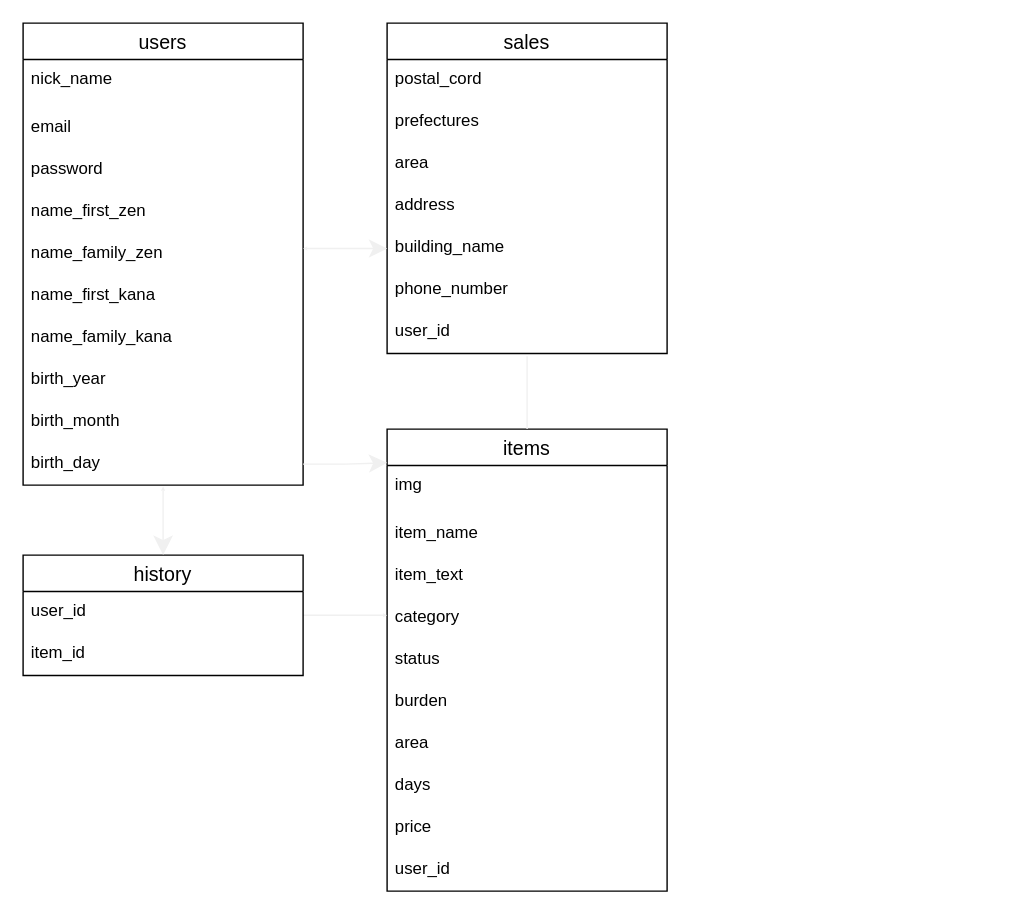
aokinorifumi/furima-34849 keeps this draw.io diagram as db.dio. Above is the earlier version. Source tidied: cells renumbered, new cells numbered last; positions are measured from the earlier drawing's top-left corner, leaving out a move shared by most shapes. Both pictures are drawn from the tidied source at 140%, with x=0, y=0 at pixel (22, 22).
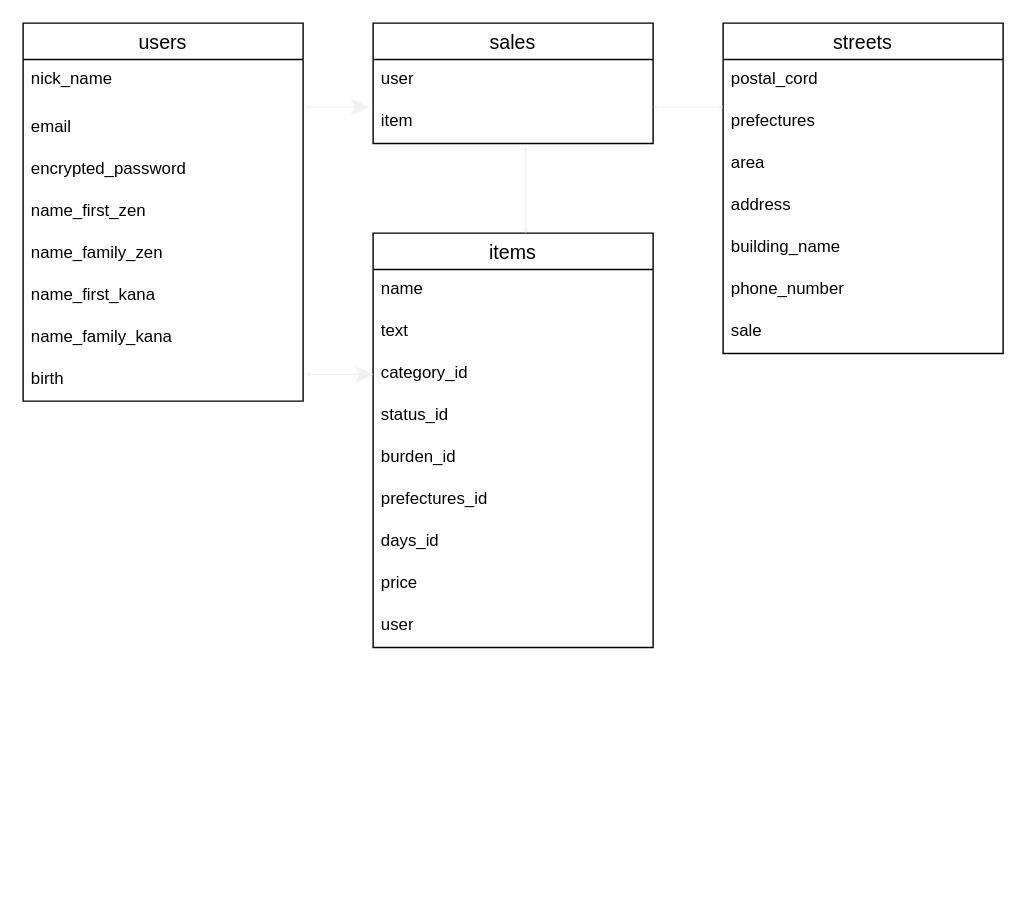
The same diagram, later.

Commit message (it also covers changes not shown here):
データベース設計3

The change refers to these unchanged cells:
```xml
<mxCell id="4" value="email" style="text;strokeColor=none;fillColor=none;spacingLeft=4;spacingRight=4;overflow=hidden;points=[[0,0.5],[1,0.5]];portConstraint=eastwest;fontSize=12;" parent="2" vertex="1">
  <mxGeometry y="60" width="200" height="30" as="geometry" />
</mxCell>
<mxCell id="16" value="prefectures" style="text;strokeColor=none;fillColor=none;spacingLeft=4;spacingRight=4;overflow=hidden;points=[[0,0.5],[1,0.5]];portConstraint=eastwest;fontSize=12;" parent="14" vertex="1">
  <mxGeometry y="56" width="200" height="30" as="geometry" />
</mxCell>
<mxCell id="19" value="building_name" style="text;strokeColor=none;fillColor=none;spacingLeft=4;spacingRight=4;overflow=hidden;points=[[0,0.5],[1,0.5]];portConstraint=eastwest;fontSize=12;" parent="14" vertex="1">
  <mxGeometry y="146" width="200" height="30" as="geometry" />
</mxCell>
```

What changed in the source:
```diff
@@
     <mxCell id="2" value="users" style="swimlane;fontStyle=0;horizontal=1;startSize=26;align=center;fontSize=14;" parent="1" vertex="1">
-      <mxGeometry width="200" height="330" as="geometry" />
+      <mxGeometry width="200" height="270" as="geometry" />
     </mxCell>
@@
-    <mxCell id="5" value="password" style="text;strokeColor=none;fillColor=none;spacingLeft=4;spacingRight=4;overflow=hidden;fontSize=12;" parent="2" vertex="1">
+    <mxCell id="5" value="encrypted_password" style="text;strokeColor=none;fillColor=none;spacingLeft=4;spacingRight=4;overflow=hidden;fontSize=12;" parent="2" vertex="1">
       <mxGeometry y="90" width="200" height="30" as="geometry" />
     </mxCell>
@@
-    <mxCell id="10" value="birth_year" style="text;strokeColor=none;fillColor=none;spacingLeft=4;spacingRight=4;overflow=hidden;fontSize=12;" parent="2" vertex="1">
+    <mxCell id="10" value="birth" style="text;strokeColor=none;fillColor=none;spacingLeft=4;spacingRight=4;overflow=hidden;fontSize=12;" parent="2" vertex="1">
       <mxGeometry y="240" width="200" height="30" as="geometry" />
     </mxCell>
-    <mxCell id="11" value="birth_month" style="text;strokeColor=none;fillColor=none;spacingLeft=4;spacingRight=4;overflow=hidden;fontSize=12;" parent="2" vertex="1">
-      <mxGeometry y="270" width="200" height="30" as="geometry" />
-    </mxCell>
-    <mxCell id="12" value="birth_day" style="text;strokeColor=none;fillColor=none;spacingLeft=4;spacingRight=4;overflow=hidden;points=[[0,0.5],[1,0.5]];portConstraint=eastwest;fontSize=12;" parent="2" vertex="1">
-      <mxGeometry y="300" width="200" height="30" as="geometry" />
-    </mxCell>
@@
-    <mxCell id="14" value="sales" style="swimlane;fontStyle=0;horizontal=1;startSize=26;align=center;fontSize=14;" parent="1" vertex="1">
-      <mxGeometry x="260" width="200" height="236" as="geometry" />
+    <mxCell id="14" value="streets" style="swimlane;fontStyle=0;horizontal=1;startSize=26;align=center;fontSize=14;" parent="1" vertex="1">
+      <mxGeometry x="500" width="200" height="236" as="geometry" />
     </mxCell>
@@
-    <mxCell id="21" value="user_id" style="text;strokeColor=none;fillColor=none;spacingLeft=4;spacingRight=4;overflow=hidden;points=[[0,0.5],[1,0.5]];portConstraint=eastwest;fontSize=12;" parent="14" vertex="1">
+    <mxCell id="21" value="sale" style="text;strokeColor=none;fillColor=none;spacingLeft=4;spacingRight=4;overflow=hidden;points=[[0,0.5],[1,0.5]];portConstraint=eastwest;fontSize=12;" parent="14" vertex="1">
       <mxGeometry y="206" width="200" height="30" as="geometry" />
     </mxCell>
     <mxCell id="22" value="items" style="swimlane;fontStyle=0;horizontal=1;startSize=26;align=center;fontSize=14;" parent="1" vertex="1">
-      <mxGeometry x="260" y="290" width="200" height="330" as="geometry" />
+      <mxGeometry x="250" y="150" width="200" height="296" as="geometry" />
     </mxCell>
-    <mxCell id="23" value="img" style="text;strokeColor=none;fillColor=none;spacingLeft=4;spacingRight=4;overflow=hidden;fontSize=12;" parent="22" vertex="1">
-      <mxGeometry y="26" width="200" height="34" as="geometry" />
-    </mxCell>
-    <mxCell id="24" value="item_name" style="text;strokeColor=none;fillColor=none;spacingLeft=4;spacingRight=4;overflow=hidden;fontSize=12;" parent="22" vertex="1">
-      <mxGeometry y="60" width="200" height="30" as="geometry" />
+    <mxCell id="24" value="name" style="text;strokeColor=none;fillColor=none;spacingLeft=4;spacingRight=4;overflow=hidden;fontSize=12;" parent="22" vertex="1">
+      <mxGeometry y="26" width="200" height="30" as="geometry" />
     </mxCell>
-    <mxCell id="25" value="item_text" style="text;strokeColor=none;fillColor=none;spacingLeft=4;spacingRight=4;overflow=hidden;fontSize=12;" parent="22" vertex="1">
-      <mxGeometry y="90" width="200" height="30" as="geometry" />
+    <mxCell id="25" value="text" style="text;strokeColor=none;fillColor=none;spacingLeft=4;spacingRight=4;overflow=hidden;fontSize=12;" parent="22" vertex="1">
+      <mxGeometry y="56" width="200" height="30" as="geometry" />
     </mxCell>
-    <mxCell id="26" value="category" style="text;fillColor=none;spacingLeft=4;spacingRight=4;overflow=hidden;points=[[0,0.5],[1,0.5]];portConstraint=eastwest;fontSize=12;" parent="22" vertex="1">
-      <mxGeometry y="120" width="200" height="30" as="geometry" />
+    <mxCell id="26" value="category_id" style="text;fillColor=none;spacingLeft=4;spacingRight=4;overflow=hidden;points=[[0,0.5],[1,0.5]];portConstraint=eastwest;fontSize=12;" parent="22" vertex="1">
+      <mxGeometry y="86" width="200" height="30" as="geometry" />
     </mxCell>
-    <mxCell id="27" value="status" style="text;strokeColor=none;fillColor=none;spacingLeft=4;spacingRight=4;overflow=hidden;fontSize=12;" parent="22" vertex="1">
-      <mxGeometry y="150" width="200" height="30" as="geometry" />
+    <mxCell id="27" value="status_id" style="text;strokeColor=none;fillColor=none;spacingLeft=4;spacingRight=4;overflow=hidden;fontSize=12;" parent="22" vertex="1">
+      <mxGeometry y="116" width="200" height="30" as="geometry" />
     </mxCell>
-    <mxCell id="28" value="burden" style="text;strokeColor=none;fillColor=none;spacingLeft=4;spacingRight=4;overflow=hidden;fontSize=12;" parent="22" vertex="1">
-      <mxGeometry y="180" width="200" height="30" as="geometry" />
+    <mxCell id="28" value="burden_id" style="text;strokeColor=none;fillColor=none;spacingLeft=4;spacingRight=4;overflow=hidden;fontSize=12;" parent="22" vertex="1">
+      <mxGeometry y="146" width="200" height="30" as="geometry" />
     </mxCell>
-    <mxCell id="29" value="area" style="text;strokeColor=none;fillColor=none;spacingLeft=4;spacingRight=4;overflow=hidden;fontSize=12;" parent="22" vertex="1">
-      <mxGeometry y="210" width="200" height="30" as="geometry" />
+    <mxCell id="29" value="prefectures_id" style="text;strokeColor=none;fillColor=none;spacingLeft=4;spacingRight=4;overflow=hidden;fontSize=12;" parent="22" vertex="1">
+      <mxGeometry y="176" width="200" height="30" as="geometry" />
     </mxCell>
-    <mxCell id="30" value="days" style="text;strokeColor=none;fillColor=none;spacingLeft=4;spacingRight=4;overflow=hidden;fontSize=12;" parent="22" vertex="1">
-      <mxGeometry y="240" width="200" height="30" as="geometry" />
+    <mxCell id="30" value="days_id" style="text;strokeColor=none;fillColor=none;spacingLeft=4;spacingRight=4;overflow=hidden;fontSize=12;" parent="22" vertex="1">
+      <mxGeometry y="206" width="200" height="30" as="geometry" />
     </mxCell>
     <mxCell id="31" value="price" style="text;strokeColor=none;fillColor=none;spacingLeft=4;spacingRight=4;overflow=hidden;fontSize=12;" parent="22" vertex="1">
-      <mxGeometry y="270" width="200" height="30" as="geometry" />
+      <mxGeometry y="236" width="200" height="30" as="geometry" />
     </mxCell>
-    <mxCell id="32" value="user_id" style="text;strokeColor=none;fillColor=none;spacingLeft=4;spacingRight=4;overflow=hidden;fontSize=12;" parent="22" vertex="1">
-      <mxGeometry y="300" width="200" height="30" as="geometry" />
+    <mxCell id="32" value="user" style="text;strokeColor=none;fillColor=none;spacingLeft=4;spacingRight=4;overflow=hidden;fontSize=12;" parent="22" vertex="1">
+      <mxGeometry y="266" width="200" height="30" as="geometry" />
     </mxCell>
-    <mxCell id="33" style="edgeStyle=orthogonalEdgeStyle;rounded=0;jettySize=auto;html=1;startSize=0;endSize=0;strokeColor=#f0f0f0;" parent="1" edge="1" source="34">
-      <mxGeometry relative="1" as="geometry">
-        <mxPoint x="260" y="423" as="targetPoint" />
-      </mxGeometry>
-    </mxCell>
-    <mxCell id="34" value="history" style="swimlane;fontStyle=0;horizontal=1;startSize=26;align=center;fontSize=14;" parent="1" vertex="1">
-      <mxGeometry y="380" width="200" height="86" as="geometry" />
+    <mxCell id="34" value="sales" style="swimlane;fontStyle=0;horizontal=1;startSize=26;align=center;fontSize=14;" parent="1" vertex="1">
+      <mxGeometry x="250" width="200" height="86" as="geometry" />
     </mxCell>
-    <mxCell id="35" value="user_id" style="text;strokeColor=none;fillColor=none;spacingLeft=4;spacingRight=4;overflow=hidden;fontSize=12;" parent="34" vertex="1">
+    <mxCell id="35" value="user" style="text;strokeColor=none;fillColor=none;spacingLeft=4;spacingRight=4;overflow=hidden;fontSize=12;" parent="34" vertex="1">
       <mxGeometry y="26" width="200" height="30" as="geometry" />
     </mxCell>
-    <mxCell id="36" value="item_id" style="text;strokeColor=none;fillColor=none;spacingLeft=4;spacingRight=4;overflow=hidden;points=[[0,0.5],[1,0.5]];portConstraint=eastwest;fontSize=12;" parent="34" vertex="1">
+    <mxCell id="36" value="item" style="text;strokeColor=none;fillColor=none;spacingLeft=4;spacingRight=4;overflow=hidden;points=[[0,0.5],[1,0.5]];portConstraint=eastwest;fontSize=12;" parent="34" vertex="1">
       <mxGeometry y="56" width="200" height="30" as="geometry" />
     </mxCell>
-    <mxCell id="37" style="endArrow=classic;startArrow=classic;html=1;strokeColor=#f0f0f0;entryX=0.5;entryY=0;entryDx=0;entryDy=0;startSize=0;endSize=11;" parent="1" edge="1" target="34">
-      <mxGeometry relative="1" as="geometry">
-        <mxPoint x="100" y="331" as="sourcePoint" />
-      </mxGeometry>
-    </mxCell>
-    <mxCell id="38" style="endArrow=classic;startArrow=classic;html=1;strokeColor=#f0f0f0;entryX=0;entryY=0.5;entryDx=0;entryDy=0;startSize=0;endSize=10;" parent="1" edge="1" target="19">
-      <mxGeometry relative="1" as="geometry">
-        <mxPoint x="200" y="161" as="sourcePoint" />
-      </mxGeometry>
-    </mxCell>
-    <mxCell id="39" style="endArrow=none;html=1;strokeColor=#f0f0f0;entryX=0.5;entryY=1.067;entryDx=0;entryDy=0;entryPerimeter=0;exitX=0.5;exitY=0;exitDx=0;exitDy=0;" parent="1" edge="1" source="22" target="21">
-      <mxGeometry relative="1" as="geometry" />
-    </mxCell>
-    <mxCell id="40" style="edgeStyle=orthogonalEdgeStyle;rounded=0;jettySize=auto;html=1;exitX=1;exitY=0.5;exitDx=0;exitDy=0;entryX=0;entryY=0.073;entryDx=0;entryDy=0;entryPerimeter=0;startSize=0;endSize=10;targetPerimeterSpacing=12;strokeColor=#f0f0f0;" parent="1" edge="1" source="12" target="22">
-      <mxGeometry relative="1" as="geometry" />
-    </mxCell>
+    <mxCell id="41" style="endArrow=classic;startArrow=classic;html=1;strokeColor=#f0f0f0;exitX=1.01;exitY=0;exitDx=0;exitDy=0;exitPerimeter=0;endSize=10;startSize=0;" parent="1" edge="1" source="4">
+      <mxGeometry relative="1" as="geometry">
+        <mxPoint x="247" y="60" as="targetPoint" />
+      </mxGeometry>
+    </mxCell>
+    <mxCell id="42" style="endArrow=classic;startArrow=classic;html=1;strokeColor=#f0f0f0;entryX=0;entryY=0.5;entryDx=0;entryDy=0;endSize=10;startSize=0;" parent="1" edge="1" target="26">
+      <mxGeometry relative="1" as="geometry">
+        <mxPoint x="202" y="251" as="sourcePoint" />
+      </mxGeometry>
+    </mxCell>
+    <mxCell id="43" style="endArrow=classic;startArrow=classic;html=1;strokeColor=#f0f0f0;entryX=0.545;entryY=1.067;entryDx=0;entryDy=0;entryPerimeter=0;exitX=0.545;exitY=0;exitDx=0;exitDy=0;exitPerimeter=0;startSize=0;endSize=0;" parent="1" edge="1" source="22" target="36">
+      <mxGeometry relative="1" as="geometry" />
+    </mxCell>
+    <mxCell id="44" style="endArrow=classic;startArrow=classic;html=1;strokeColor=#f0f0f0;entryX=0;entryY=0.133;entryDx=0;entryDy=0;entryPerimeter=0;exitX=1;exitY=0.133;exitDx=0;exitDy=0;exitPerimeter=0;startSize=0;endSize=0;" parent="1" edge="1" source="36" target="16">
+      <mxGeometry relative="1" as="geometry" />
+    </mxCell>
```
